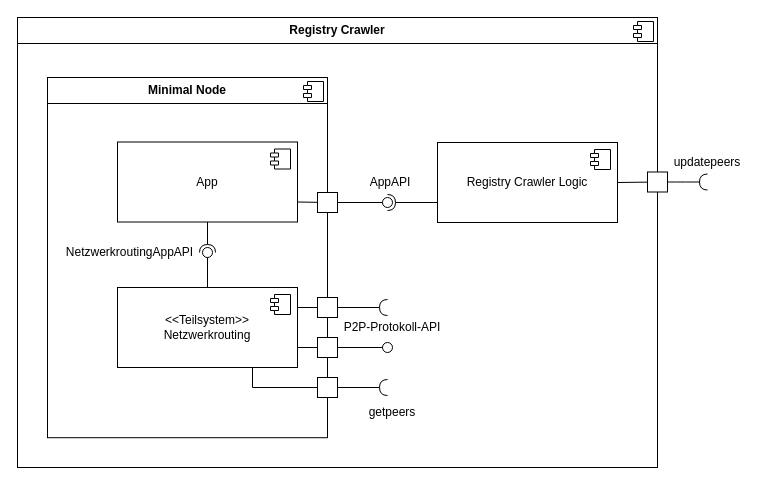
Above: docs/arc42/arc42-MinerNetwork/images/Layer 2_2.drawio in bjoern621/VSP-Blockchain (draw.io), before the change. Source tidied: cells renumbered, new cells numbered last; positions are measured from the earlier drawing's top-left corner, leaving out a move shared by most shapes. Both pictures are drawn from the tidied source at 100%, with x=0, y=0 at pixel (17, 17).
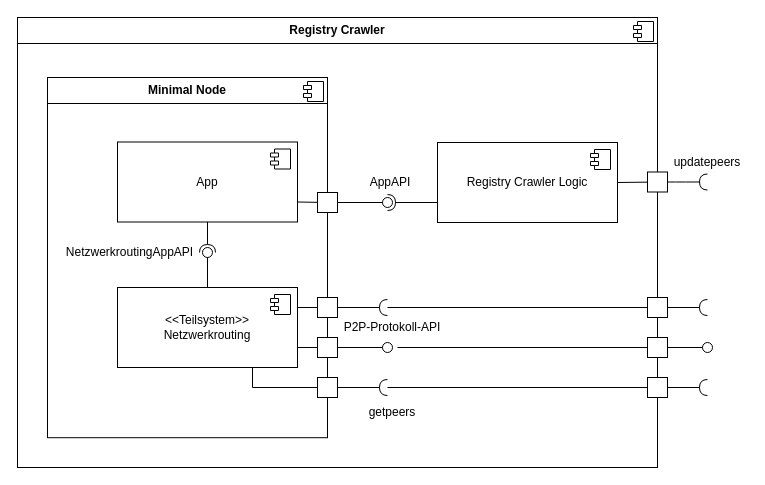
After the change.

The edit, as a diff of the source:
```diff
@@
+    <mxCell id="37" style="rounded=0;whiteSpace=wrap;html=1;" parent="1" vertex="1">
+      <mxGeometry x="630" y="280" width="20" height="20" as="geometry" />
+    </mxCell>
+    <mxCell id="38" style="rounded=0;whiteSpace=wrap;html=1;" parent="1" vertex="1">
+      <mxGeometry x="630" y="320" width="20" height="20" as="geometry" />
+    </mxCell>
+    <mxCell id="39" style="rounded=0;whiteSpace=wrap;html=1;" parent="1" vertex="1">
+      <mxGeometry x="630" y="360" width="20" height="20" as="geometry" />
+    </mxCell>
+    <mxCell id="40" style="endArrow=none;html=1;rounded=0;" parent="1" edge="1" source="39">
+      <mxGeometry relative="1" as="geometry">
+        <mxPoint x="370" y="370" as="targetPoint" />
+      </mxGeometry>
+    </mxCell>
+    <mxCell id="41" style="endArrow=none;html=1;rounded=0;" parent="1" edge="1" source="37">
+      <mxGeometry relative="1" as="geometry">
+        <mxPoint x="370" y="290" as="targetPoint" />
+      </mxGeometry>
+    </mxCell>
+    <mxCell id="42" style="rounded=0;jettySize=auto;html=1;endArrow=halfCircle;endFill=0;endSize=6;strokeWidth=1;sketch=0;" parent="1" edge="1" source="37">
+      <mxGeometry relative="1" as="geometry">
+        <mxPoint x="690" y="290" as="targetPoint" />
+      </mxGeometry>
+    </mxCell>
+    <mxCell id="43" style="rounded=0;jettySize=auto;html=1;endArrow=halfCircle;endFill=0;endSize=6;strokeWidth=1;sketch=0;" parent="1" edge="1" source="39">
+      <mxGeometry relative="1" as="geometry">
+        <mxPoint x="690" y="370" as="targetPoint" />
+      </mxGeometry>
+    </mxCell>
+    <mxCell id="44" style="rounded=0;jettySize=auto;html=1;endArrow=oval;endFill=0;sketch=0;sourcePerimeterSpacing=0;targetPerimeterSpacing=0;endSize=10;" parent="1" edge="1" source="38">
+      <mxGeometry relative="1" as="geometry">
+        <mxPoint x="690" y="330" as="targetPoint" />
+      </mxGeometry>
+    </mxCell>
+    <mxCell id="45" style="endArrow=none;html=1;rounded=0;" parent="1" edge="1" source="38">
+      <mxGeometry relative="1" as="geometry">
+        <mxPoint x="380" y="330" as="targetPoint" />
+      </mxGeometry>
+    </mxCell>
```
